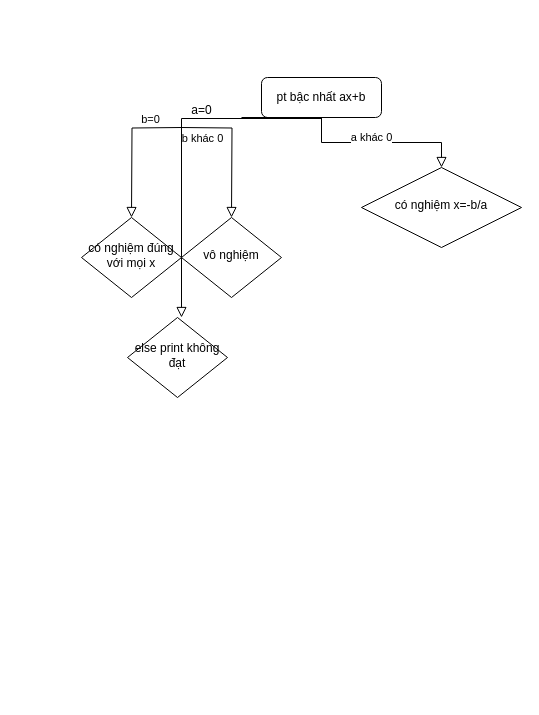
Earlier version of the draw.io diagram bt6.drawio (QuangHuy2006/session-1-C). Source tidied: cells renumbered, new cells numbered last; positions are measured from the earlier drawing's top-left corner, leaving out a move shared by most shapes. Both pictures are drawn from the tidied source at 100%, with x=0, y=0 at pixel (81, 77).
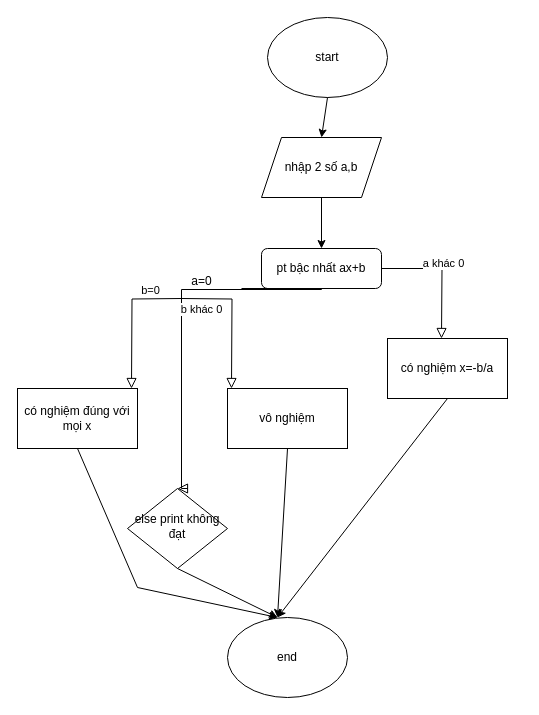
The same page after the edit.

Commit message:
Cập nhật bt6.drawio

Change to the diagram source:
```diff
@@
-    <mxCell id="2" style="rounded=0;html=1;jettySize=auto;fontSize=11;endArrow=block;endFill=0;endSize=8;strokeWidth=1;shadow=0;labelBackgroundColor=none;edgeStyle=orthogonalEdgeStyle;" parent="1" edge="1" source="4" target="5">
-      <mxGeometry relative="1" as="geometry" />
+    <mxCell id="2" style="rounded=0;html=1;jettySize=auto;fontSize=11;endArrow=block;endFill=0;endSize=8;strokeWidth=1;shadow=0;labelBackgroundColor=none;edgeStyle=orthogonalEdgeStyle;" parent="1" edge="1" source="4">
+      <mxGeometry relative="1" as="geometry">
+        <mxPoint x="360" y="261" as="targetPoint" />
+      </mxGeometry>
     </mxCell>
@@
     <mxCell id="4" value="pt bậc nhất ax+b" style="rounded=1;whiteSpace=wrap;html=1;fontSize=12;glass=0;strokeWidth=1;shadow=0;" parent="1" vertex="1">
-      <mxGeometry x="180" width="120" height="40" as="geometry" />
+      <mxGeometry x="180" y="171" width="120" height="40" as="geometry" />
     </mxCell>
-    <mxCell id="5" value="có nghiệm x=-b/a" style="rhombus;whiteSpace=wrap;html=1;shadow=0;fontFamily=Helvetica;fontSize=12;align=center;strokeWidth=1;spacing=6;spacingTop=-4;" parent="1" vertex="1">
-      <mxGeometry x="280" y="90" width="160" height="80" as="geometry" />
-    </mxCell>
-    <mxCell id="6" style="rounded=0;html=1;jettySize=auto;orthogonalLoop=1;fontSize=11;endArrow=block;endFill=0;endSize=8;strokeWidth=1;shadow=0;labelBackgroundColor=none;edgeStyle=orthogonalEdgeStyle;" parent="1" edge="1">
+    <mxCell id="6" style="rounded=0;html=1;jettySize=auto;fontSize=11;endArrow=block;endFill=0;endSize=8;strokeWidth=1;shadow=0;labelBackgroundColor=none;edgeStyle=orthogonalEdgeStyle;entryX=0.5;entryY=0;entryDx=0;entryDy=0;" parent="1" edge="1" target="8">
       <mxGeometry relative="1" as="geometry">
-        <mxPoint x="160" y="40" as="sourcePoint" />
-        <mxPoint x="100" y="240" as="targetPoint" />
+        <mxPoint x="160" y="211" as="sourcePoint" />
         <Array as="points">
-          <mxPoint x="240" y="40" />
-          <mxPoint x="240" y="41" />
-          <mxPoint x="100" y="41" />
+          <mxPoint x="240" y="211" />
+          <mxPoint x="240" y="212" />
+          <mxPoint x="100" y="212" />
+          <mxPoint x="100" y="411" />
         </Array>
       </mxGeometry>
     </mxCell>
@@
     <mxCell id="8" value="else print không đạt" style="rhombus;whiteSpace=wrap;html=1;shadow=0;fontFamily=Helvetica;fontSize=12;align=center;strokeWidth=1;spacing=6;spacingTop=-4;" parent="1" vertex="1">
-      <mxGeometry x="46" y="240" width="100" height="80" as="geometry" />
+      <mxGeometry x="46" y="411" width="100" height="80" as="geometry" />
     </mxCell>
     <mxCell id="9" value="a=0" style="text;html=1;align=center;verticalAlign=middle;strokeColor=none;fillColor=none;" parent="1" vertex="1">
-      <mxGeometry x="100" y="18" width="40" height="30" as="geometry" />
+      <mxGeometry x="100" y="189" width="40" height="30" as="geometry" />
     </mxCell>
     <mxCell id="10" style="rounded=0;html=1;jettySize=auto;orthogonalLoop=1;fontSize=11;endArrow=block;endFill=0;endSize=8;strokeWidth=1;shadow=0;labelBackgroundColor=none;edgeStyle=orthogonalEdgeStyle;" parent="1" edge="1">
       <mxGeometry relative="1" as="geometry">
-        <mxPoint x="100" y="50" as="sourcePoint" />
-        <mxPoint x="150" y="140" as="targetPoint" />
+        <mxPoint x="100" y="221" as="sourcePoint" />
+        <mxPoint x="150" y="311" as="targetPoint" />
       </mxGeometry>
     </mxCell>
     <mxCell id="11" style="rounded=0;html=1;jettySize=auto;orthogonalLoop=1;fontSize=11;endArrow=block;endFill=0;endSize=8;strokeWidth=1;shadow=0;labelBackgroundColor=none;edgeStyle=orthogonalEdgeStyle;" parent="1" edge="1">
       <mxGeometry relative="1" as="geometry">
-        <mxPoint x="100" y="50" as="sourcePoint" />
-        <mxPoint x="50" y="140" as="targetPoint" />
+        <mxPoint x="100" y="221" as="sourcePoint" />
+        <mxPoint x="50" y="311" as="targetPoint" />
       </mxGeometry>
     </mxCell>
@@
+    <mxCell id="5" value="có nghiệm x=-b/a" style="rounded=0;whiteSpace=wrap;html=1;" parent="1" vertex="1">
+      <mxGeometry x="306" y="261" width="120" height="60" as="geometry" />
+    </mxCell>
-    <mxCell id="13" value="vô nghiệm" style="rhombus;whiteSpace=wrap;html=1;shadow=0;fontFamily=Helvetica;fontSize=12;align=center;strokeWidth=1;spacing=6;spacingTop=-4;" parent="1" vertex="1">
-      <mxGeometry x="100" y="140" width="100" height="80" as="geometry" />
+    <mxCell id="13" value="vô nghiệm" style="rounded=0;whiteSpace=wrap;html=1;" parent="1" vertex="1">
+      <mxGeometry x="146" y="311" width="120" height="60" as="geometry" />
     </mxCell>
-    <mxCell id="14" value="có nghiệm đúng với mọi x" style="rhombus;whiteSpace=wrap;html=1;shadow=0;fontFamily=Helvetica;fontSize=12;align=center;strokeWidth=1;spacing=6;spacingTop=-4;" parent="1" vertex="1">
-      <mxGeometry y="140" width="100" height="80" as="geometry" />
+    <mxCell id="14" value="có nghiệm đúng với mọi x" style="rounded=0;whiteSpace=wrap;html=1;" parent="1" vertex="1">
+      <mxGeometry x="-64" y="311" width="120" height="60" as="geometry" />
     </mxCell>
+    <mxCell id="15" value="nhập 2 số a,b" style="shape=parallelogram;perimeter=parallelogramPerimeter;whiteSpace=wrap;html=1;fixedSize=1;" parent="1" vertex="1">
+      <mxGeometry x="180" y="60" width="120" height="60" as="geometry" />
+    </mxCell>
+    <mxCell id="16" value="start" style="ellipse;whiteSpace=wrap;html=1;" parent="1" vertex="1">
+      <mxGeometry x="186" y="-60" width="120" height="80" as="geometry" />
+    </mxCell>
+    <mxCell id="17" style="endArrow=classic;html=1;rounded=0;exitX=0.5;exitY=1;exitDx=0;exitDy=0;entryX=0.5;entryY=0;entryDx=0;entryDy=0;" parent="1" edge="1" source="16" target="15">
+      <mxGeometry relative="1" as="geometry" />
+    </mxCell>
+    <mxCell id="18" style="endArrow=classic;html=1;rounded=0;exitX=0.5;exitY=1;exitDx=0;exitDy=0;entryX=0.5;entryY=0;entryDx=0;entryDy=0;" parent="1" edge="1" source="15" target="4">
+      <mxGeometry relative="1" as="geometry" />
+    </mxCell>
+    <mxCell id="19" style="endArrow=classic;html=1;rounded=0;exitX=0.5;exitY=1;exitDx=0;exitDy=0;" parent="1" edge="1" source="14">
+      <mxGeometry relative="1" as="geometry">
+        <mxPoint x="196" y="540" as="targetPoint" />
+        <Array as="points">
+          <mxPoint x="56" y="510" />
+        </Array>
+      </mxGeometry>
+    </mxCell>
+    <mxCell id="20" style="endArrow=classic;html=1;rounded=0;exitX=0.5;exitY=1;exitDx=0;exitDy=0;" parent="1" edge="1" source="13">
+      <mxGeometry relative="1" as="geometry">
+        <mxPoint x="196" y="540" as="targetPoint" />
+      </mxGeometry>
+    </mxCell>
+    <mxCell id="21" style="endArrow=classic;html=1;rounded=0;exitX=0.5;exitY=1;exitDx=0;exitDy=0;" parent="1" edge="1" source="8">
+      <mxGeometry relative="1" as="geometry">
+        <mxPoint x="196" y="540" as="targetPoint" />
+      </mxGeometry>
+    </mxCell>
+    <mxCell id="22" style="endArrow=classic;html=1;rounded=0;exitX=0.5;exitY=1;exitDx=0;exitDy=0;" parent="1" edge="1" source="5">
+      <mxGeometry relative="1" as="geometry">
+        <mxPoint x="196" y="540" as="targetPoint" />
+      </mxGeometry>
+    </mxCell>
+    <mxCell id="23" value="end" style="ellipse;whiteSpace=wrap;html=1;" parent="1" vertex="1">
+      <mxGeometry x="146" y="540" width="120" height="80" as="geometry" />
+    </mxCell>
```
